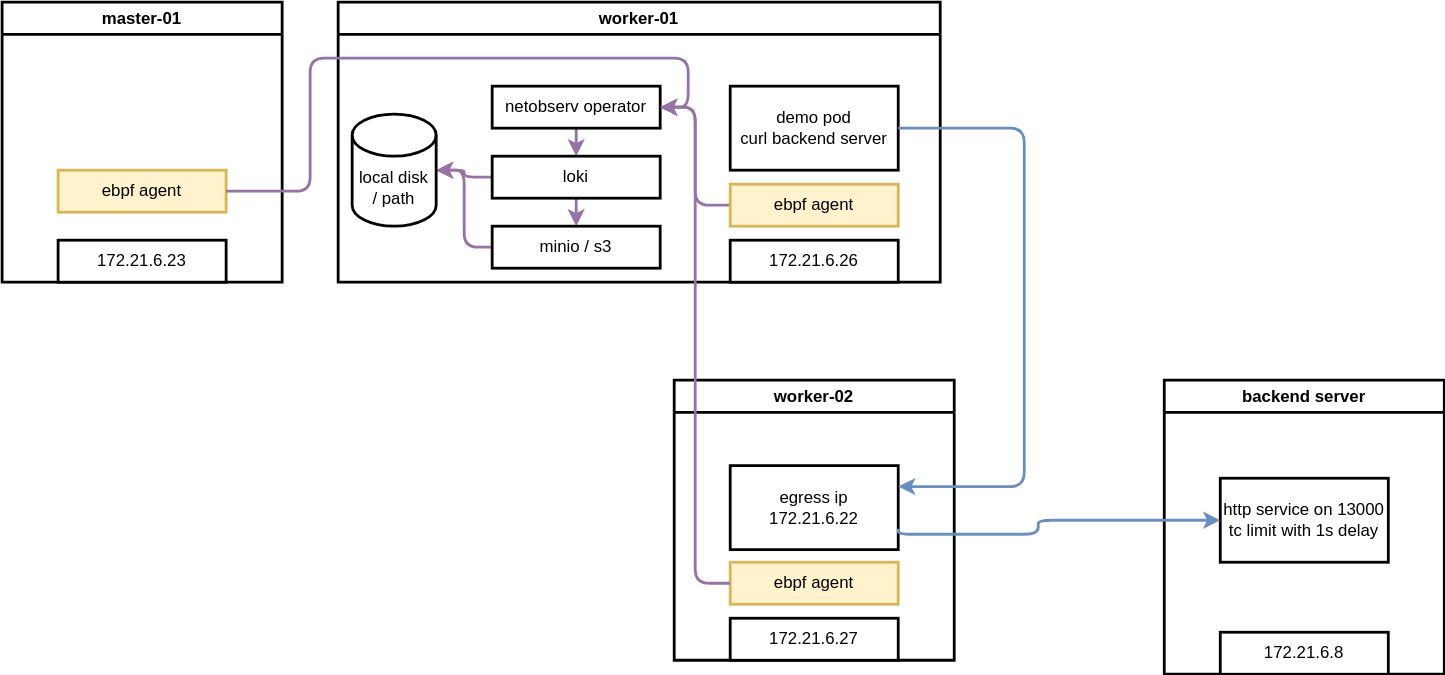
Earlier version of the draw.io export redhat/ocp4/4.14/dia/4.14.netobserv.arch.drawio.svg (wangzheng422/docker_env). Source tidied: cells renumbered, new cells last; positions are measured from the earlier drawing's top-left corner, leaving out a move shared by most shapes.
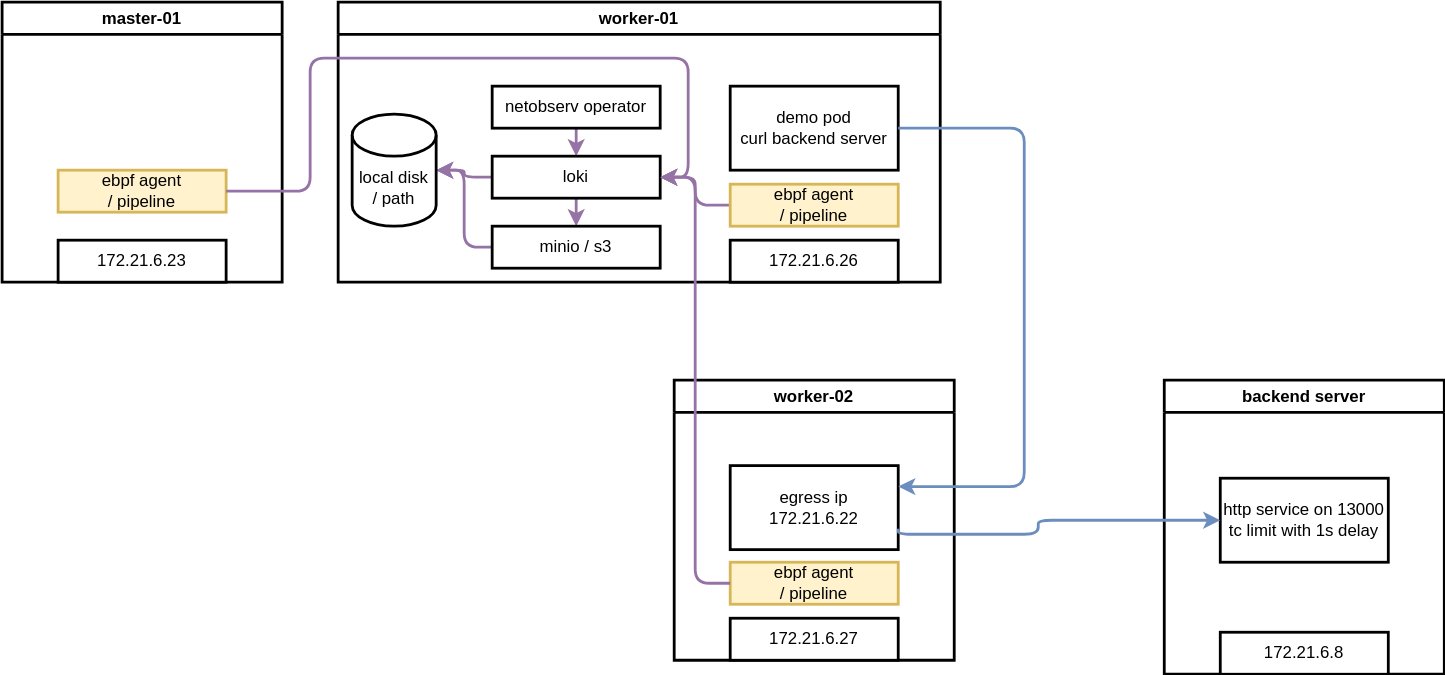
The same diagram one commit later.

Change to the diagram source:
```diff
@@ -8,7 +8,7 @@
     <mxCell id="3" value="172.21.6.23" style="rounded=0;whiteSpace=wrap;html=1;strokeWidth=2;" parent="2" vertex="1">
       <mxGeometry x="40" y="170" width="120" height="30" as="geometry" />
     </mxCell>
-    <mxCell id="4" value="ebpf agent" style="rounded=0;whiteSpace=wrap;html=1;strokeWidth=2;fillColor=#fff2cc;strokeColor=#d6b656;" parent="2" vertex="1">
+    <mxCell id="4" value="ebpf agent&lt;br&gt;/ pipeline" style="rounded=0;whiteSpace=wrap;html=1;strokeWidth=2;fillColor=#fff2cc;strokeColor=#d6b656;" parent="2" vertex="1">
       <mxGeometry x="40" y="120" width="120" height="30" as="geometry" />
     </mxCell>
     <mxCell id="5" value="worker-01" style="swimlane;whiteSpace=wrap;html=1;strokeWidth=2;" parent="1" vertex="1">
@@ -20,10 +20,10 @@
     <mxCell id="7" value="demo pod&lt;br&gt;curl backend server" style="rounded=0;whiteSpace=wrap;html=1;strokeWidth=2;" parent="5" vertex="1">
       <mxGeometry x="280" y="60" width="120" height="60" as="geometry" />
     </mxCell>
-    <mxCell id="8" style="edgeStyle=orthogonalEdgeStyle;html=1;entryX=1;entryY=0.5;entryDx=0;entryDy=0;strokeWidth=2;fillColor=#e1d5e7;strokeColor=#9673a6;" parent="5" edge="1" source="9" target="11">
+    <mxCell id="8" style="edgeStyle=orthogonalEdgeStyle;html=1;entryX=1;entryY=0.5;entryDx=0;entryDy=0;strokeWidth=2;fillColor=#e1d5e7;strokeColor=#9673a6;" parent="5" edge="1" source="9" target="14">
       <mxGeometry relative="1" as="geometry" />
     </mxCell>
-    <mxCell id="9" value="ebpf agent" style="rounded=0;whiteSpace=wrap;html=1;strokeWidth=2;fillColor=#fff2cc;strokeColor=#d6b656;" parent="5" vertex="1">
+    <mxCell id="9" value="ebpf agent&lt;br&gt;/ pipeline" style="rounded=0;whiteSpace=wrap;html=1;strokeWidth=2;fillColor=#fff2cc;strokeColor=#d6b656;" parent="5" vertex="1">
       <mxGeometry x="280" y="130" width="120" height="30" as="geometry" />
     </mxCell>
     <mxCell id="10" style="edgeStyle=orthogonalEdgeStyle;html=1;strokeWidth=2;fillColor=#e1d5e7;strokeColor=#9673a6;" parent="5" edge="1" source="11" target="14">
@@ -59,7 +59,7 @@
     <mxCell id="20" value="172.21.6.27" style="rounded=0;whiteSpace=wrap;html=1;strokeWidth=2;" parent="18" vertex="1">
       <mxGeometry x="40" y="170" width="120" height="30" as="geometry" />
     </mxCell>
-    <mxCell id="21" value="ebpf agent" style="rounded=0;whiteSpace=wrap;html=1;strokeWidth=2;fillColor=#fff2cc;strokeColor=#d6b656;" parent="18" vertex="1">
+    <mxCell id="21" value="ebpf agent&lt;br&gt;/ pipeline" style="rounded=0;whiteSpace=wrap;html=1;strokeWidth=2;fillColor=#fff2cc;strokeColor=#d6b656;" parent="18" vertex="1">
       <mxGeometry x="40" y="130" width="120" height="30" as="geometry" />
     </mxCell>
     <mxCell id="22" value="backend server" style="swimlane;whiteSpace=wrap;html=1;strokeWidth=2;" parent="1" vertex="1">
@@ -88,16 +88,16 @@
         </Array>
       </mxGeometry>
     </mxCell>
-    <mxCell id="27" style="edgeStyle=orthogonalEdgeStyle;html=1;entryX=1;entryY=0.5;entryDx=0;entryDy=0;strokeWidth=2;fillColor=#e1d5e7;strokeColor=#9673a6;" parent="1" edge="1" source="21" target="11">
+    <mxCell id="27" style="edgeStyle=orthogonalEdgeStyle;html=1;entryX=1;entryY=0.5;entryDx=0;entryDy=0;strokeWidth=2;fillColor=#e1d5e7;strokeColor=#9673a6;" parent="1" edge="1" source="21" target="14">
       <mxGeometry relative="1" as="geometry" />
     </mxCell>
-    <mxCell id="28" style="edgeStyle=orthogonalEdgeStyle;html=1;entryX=1;entryY=0.5;entryDx=0;entryDy=0;strokeWidth=2;fillColor=#e1d5e7;strokeColor=#9673a6;" parent="1" edge="1" source="4" target="11">
+    <mxCell id="28" style="edgeStyle=orthogonalEdgeStyle;html=1;entryX=1;entryY=0.5;entryDx=0;entryDy=0;strokeWidth=2;fillColor=#e1d5e7;strokeColor=#9673a6;" parent="1" edge="1" source="4" target="14">
       <mxGeometry relative="1" as="geometry">
         <Array as="points">
           <mxPoint x="220" y="135" />
           <mxPoint x="220" y="40" />
           <mxPoint x="490" y="40" />
-          <mxPoint x="490" y="75" />
+          <mxPoint x="490" y="125" />
         </Array>
       </mxGeometry>
     </mxCell>
```
